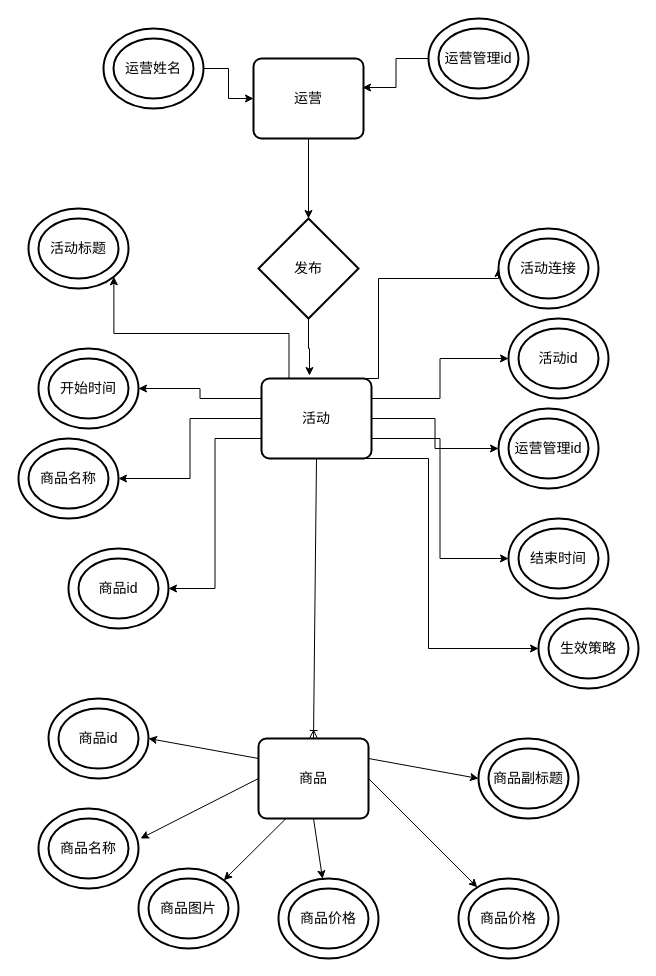
The draw.io diagram page "Ã§Â¬Â¬ 3 Ã©Â¡Âµ" (3 of 3) of 未命名表单.drawio in tangbaoabo/drad, before the edit. Source tidied: cells renumbered, new cells numbered last; positions are measured from the earlier drawing's top-left corner, leaving out a move shared by most shapes. Both pictures are drawn from the tidied source at 100%, with x=0, y=0 at pixel (18, 18).
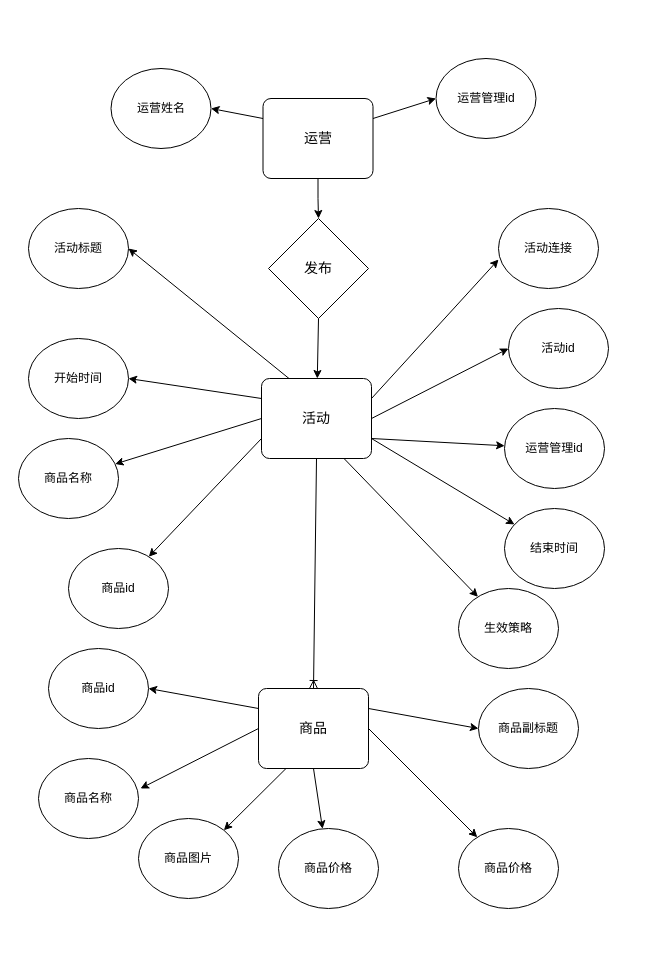
The same diagram, later.

Change to the diagram source:
```diff
@@
+    <mxCell id="43" style="rounded=0;jettySize=auto;html=1;exitX=1;exitY=0.25;exitDx=0;exitDy=0;entryX=0;entryY=0.5;entryDx=0;entryDy=0;" parent="1" edge="1" source="3" target="21">
+      <mxGeometry relative="1" as="geometry" />
+    </mxCell>
+    <mxCell id="44" style="edgeStyle=none;rounded=0;jettySize=auto;html=1;exitX=0;exitY=0.25;exitDx=0;exitDy=0;entryX=1;entryY=0.5;entryDx=0;entryDy=0;" parent="1" edge="1" source="3" target="23">
+      <mxGeometry relative="1" as="geometry" />
+    </mxCell>
-    <mxCell id="3" value="运营" style="strokeWidth=2;rounded=1;arcSize=10;whiteSpace=wrap;html=1;align=center;fontSize=14;" parent="1" vertex="1">
-      <mxGeometry x="235" y="40" width="110" height="80" as="geometry" />
+    <mxCell id="3" value="运营" style="strokeWidth=1;rounded=1;arcSize=10;whiteSpace=wrap;html=1;align=center;fontSize=14;" parent="1" vertex="1">
+      <mxGeometry x="244.5" y="80" width="110" height="80" as="geometry" />
     </mxCell>
+    <mxCell id="7" style="edgeStyle=none;rounded=0;jettySize=auto;html=1;exitX=0.25;exitY=0;exitDx=0;exitDy=0;entryX=1;entryY=0.5;entryDx=0;entryDy=0;" parent="1" edge="1" source="13" target="14">
+      <mxGeometry relative="1" as="geometry" />
+    </mxCell>
-    <mxCell id="4" style="edgeStyle=orthogonalEdgeStyle;rounded=0;jettySize=auto;html=1;exitX=0;exitY=0.25;exitDx=0;exitDy=0;" parent="1" edge="1" source="13" target="24">
+    <mxCell id="4" style="edgeStyle=none;rounded=0;jettySize=auto;html=1;exitX=0;exitY=0.25;exitDx=0;exitDy=0;entryX=1;entryY=0.5;entryDx=0;entryDy=0;" parent="1" edge="1" source="13" target="24">
       <mxGeometry relative="1" as="geometry" />
     </mxCell>
-    <mxCell id="5" style="edgeStyle=orthogonalEdgeStyle;rounded=0;jettySize=auto;html=1;exitX=0;exitY=0.5;exitDx=0;exitDy=0;entryX=1;entryY=0.5;entryDx=0;entryDy=0;" parent="1" edge="1" source="13" target="19">
+    <mxCell id="5" style="edgeStyle=none;rounded=0;jettySize=auto;html=1;exitX=0;exitY=0.5;exitDx=0;exitDy=0;" parent="1" edge="1" source="13" target="19">
       <mxGeometry relative="1" as="geometry" />
     </mxCell>
-    <mxCell id="6" style="edgeStyle=orthogonalEdgeStyle;rounded=0;jettySize=auto;html=1;exitX=0;exitY=0.75;exitDx=0;exitDy=0;entryX=1;entryY=0.5;entryDx=0;entryDy=0;" parent="1" edge="1" source="13" target="18">
+    <mxCell id="6" style="edgeStyle=none;rounded=0;jettySize=auto;html=1;exitX=0;exitY=0.75;exitDx=0;exitDy=0;" parent="1" edge="1" source="13" target="18">
       <mxGeometry relative="1" as="geometry" />
     </mxCell>
-    <mxCell id="7" style="edgeStyle=orthogonalEdgeStyle;rounded=0;jettySize=auto;html=1;exitX=0.25;exitY=0;exitDx=0;exitDy=0;entryX=1;entryY=1;entryDx=0;entryDy=0;" parent="1" edge="1" source="13" target="14">
-      <mxGeometry relative="1" as="geometry" />
-    </mxCell>
-    <mxCell id="8" style="edgeStyle=orthogonalEdgeStyle;rounded=0;jettySize=auto;html=1;exitX=0.75;exitY=0;exitDx=0;exitDy=0;entryX=0;entryY=0.5;entryDx=0;entryDy=0;" parent="1" edge="1" source="13" target="15">
-      <mxGeometry relative="1" as="geometry">
-        <Array as="points">
-          <mxPoint x="360" y="360" />
-          <mxPoint x="360" y="260" />
-          <mxPoint x="480" y="260" />
-        </Array>
-      </mxGeometry>
+    <mxCell id="8" style="edgeStyle=none;rounded=0;jettySize=auto;html=1;exitX=1;exitY=0.25;exitDx=0;exitDy=0;entryX=0;entryY=0.638;entryDx=0;entryDy=0;entryPerimeter=0;" parent="1" edge="1" source="13" target="15">
+      <mxGeometry relative="1" as="geometry" />
     </mxCell>
-    <mxCell id="9" style="edgeStyle=orthogonalEdgeStyle;rounded=0;jettySize=auto;html=1;exitX=1;exitY=0.25;exitDx=0;exitDy=0;entryX=0;entryY=0.5;entryDx=0;entryDy=0;" parent="1" edge="1" source="13" target="16">
+    <mxCell id="9" style="edgeStyle=none;rounded=0;jettySize=auto;html=1;exitX=1;exitY=0.5;exitDx=0;exitDy=0;entryX=0;entryY=0.5;entryDx=0;entryDy=0;" parent="1" edge="1" source="13" target="16">
       <mxGeometry relative="1" as="geometry" />
     </mxCell>
-    <mxCell id="10" style="edgeStyle=orthogonalEdgeStyle;rounded=0;jettySize=auto;html=1;exitX=1;exitY=0.5;exitDx=0;exitDy=0;" parent="1" edge="1" source="13" target="17">
+    <mxCell id="10" style="edgeStyle=none;rounded=0;jettySize=auto;html=1;exitX=1;exitY=0.75;exitDx=0;exitDy=0;" parent="1" edge="1" source="13" target="17">
       <mxGeometry relative="1" as="geometry" />
     </mxCell>
-    <mxCell id="11" style="edgeStyle=orthogonalEdgeStyle;rounded=0;jettySize=auto;html=1;exitX=1;exitY=0.75;exitDx=0;exitDy=0;entryX=0;entryY=0.5;entryDx=0;entryDy=0;" parent="1" edge="1" source="13" target="25">
+    <mxCell id="11" style="edgeStyle=none;rounded=0;jettySize=auto;html=1;exitX=1;exitY=0.75;exitDx=0;exitDy=0;" parent="1" edge="1" source="13" target="25">
       <mxGeometry relative="1" as="geometry" />
     </mxCell>
-    <mxCell id="12" style="edgeStyle=orthogonalEdgeStyle;rounded=0;jettySize=auto;html=1;exitX=0.75;exitY=1;exitDx=0;exitDy=0;entryX=0;entryY=0.5;entryDx=0;entryDy=0;" parent="1" edge="1" source="13" target="40">
-      <mxGeometry relative="1" as="geometry">
-        <Array as="points">
-          <mxPoint x="410" y="440" />
-          <mxPoint x="410" y="630" />
-        </Array>
-      </mxGeometry>
+    <mxCell id="12" style="edgeStyle=none;rounded=0;jettySize=auto;html=1;exitX=0.75;exitY=1;exitDx=0;exitDy=0;" parent="1" edge="1" source="13" target="40">
+      <mxGeometry relative="1" as="geometry" />
     </mxCell>
-    <mxCell id="13" value="活动" style="strokeWidth=2;rounded=1;arcSize=10;whiteSpace=wrap;html=1;align=center;fontSize=14;" parent="1" vertex="1">
+    <mxCell id="13" value="活动" style="strokeWidth=1;rounded=1;arcSize=10;whiteSpace=wrap;html=1;align=center;fontSize=14;" parent="1" vertex="1">
       <mxGeometry x="243" y="360" width="110" height="80" as="geometry" />
     </mxCell>
-    <mxCell id="14" value="活动标题" style="ellipse;shape=doubleEllipse;margin=10;strokeWidth=2;fontSize=14;whiteSpace=wrap;html=1;align=center;" parent="1" vertex="1">
+    <mxCell id="14" value="活动标题" style="ellipse;whiteSpace=wrap;html=1;" parent="1" vertex="1">
       <mxGeometry x="10" y="190" width="100" height="80" as="geometry" />
     </mxCell>
-    <mxCell id="15" value="活动连接" style="ellipse;shape=doubleEllipse;margin=10;strokeWidth=2;fontSize=14;whiteSpace=wrap;html=1;align=center;" parent="1" vertex="1">
-      <mxGeometry x="480" y="210" width="100" height="80" as="geometry" />
+    <mxCell id="15" value="活动连接" style="ellipse;whiteSpace=wrap;html=1;" parent="1" vertex="1">
+      <mxGeometry x="480" y="190" width="100" height="80" as="geometry" />
     </mxCell>
-    <mxCell id="16" value="活动id" style="ellipse;shape=doubleEllipse;margin=10;strokeWidth=2;fontSize=14;whiteSpace=wrap;html=1;align=center;" parent="1" vertex="1">
-      <mxGeometry x="490" y="300" width="100" height="80" as="geometry" />
+    <mxCell id="16" value="活动id" style="ellipse;whiteSpace=wrap;html=1;" parent="1" vertex="1">
+      <mxGeometry x="490" y="290" width="100" height="80" as="geometry" />
     </mxCell>
-    <mxCell id="17" value="运营管理id" style="ellipse;shape=doubleEllipse;margin=10;strokeWidth=2;fontSize=14;whiteSpace=wrap;html=1;align=center;" parent="1" vertex="1">
-      <mxGeometry x="480" y="390" width="100" height="80" as="geometry" />
+    <mxCell id="17" value="运营管理id" style="ellipse;whiteSpace=wrap;html=1;" parent="1" vertex="1">
+      <mxGeometry x="486" y="390" width="100" height="80" as="geometry" />
     </mxCell>
-    <mxCell id="18" value="商品id" style="ellipse;shape=doubleEllipse;margin=10;strokeWidth=2;fontSize=14;whiteSpace=wrap;html=1;align=center;" parent="1" vertex="1">
+    <mxCell id="18" value="商品id" style="ellipse;whiteSpace=wrap;html=1;" parent="1" vertex="1">
       <mxGeometry x="50" y="530" width="100" height="80" as="geometry" />
     </mxCell>
-    <mxCell id="19" value="商品名称" style="ellipse;shape=doubleEllipse;margin=10;strokeWidth=2;fontSize=14;whiteSpace=wrap;html=1;align=center;" parent="1" vertex="1">
+    <mxCell id="19" value="商品名称" style="ellipse;whiteSpace=wrap;html=1;" parent="1" vertex="1">
       <mxGeometry y="420" width="100" height="80" as="geometry" />
     </mxCell>
-    <mxCell id="20" style="edgeStyle=orthogonalEdgeStyle;rounded=0;jettySize=auto;html=1;exitX=0;exitY=0.5;exitDx=0;exitDy=0;entryX=0.991;entryY=0.363;entryDx=0;entryDy=0;entryPerimeter=0;" parent="1" edge="1" source="21" target="3">
-      <mxGeometry relative="1" as="geometry" />
-    </mxCell>
-    <mxCell id="21" value="运营管理id" style="ellipse;shape=doubleEllipse;margin=10;strokeWidth=2;fontSize=14;whiteSpace=wrap;html=1;align=center;" parent="1" vertex="1">
-      <mxGeometry x="410" width="100" height="80" as="geometry" />
+    <mxCell id="21" value="运营管理id" style="ellipse;whiteSpace=wrap;html=1;" parent="1" vertex="1">
+      <mxGeometry x="417.5" y="40" width="100" height="80" as="geometry" />
     </mxCell>
-    <mxCell id="22" style="edgeStyle=orthogonalEdgeStyle;rounded=0;jettySize=auto;html=1;exitX=1;exitY=0.5;exitDx=0;exitDy=0;entryX=0;entryY=0.5;entryDx=0;entryDy=0;" parent="1" edge="1" source="23" target="3">
-      <mxGeometry relative="1" as="geometry" />
-    </mxCell>
-    <mxCell id="23" value="运营姓名" style="ellipse;shape=doubleEllipse;margin=10;strokeWidth=2;fontSize=14;whiteSpace=wrap;html=1;align=center;" parent="1" vertex="1">
-      <mxGeometry x="85" y="10" width="100" height="80" as="geometry" />
+    <mxCell id="23" value="运营姓名" style="ellipse;whiteSpace=wrap;html=1;" parent="1" vertex="1">
+      <mxGeometry x="92.5" y="50" width="100" height="80" as="geometry" />
     </mxCell>
-    <mxCell id="24" value="开始时间" style="ellipse;shape=doubleEllipse;margin=10;strokeWidth=2;fontSize=14;whiteSpace=wrap;html=1;align=center;" parent="1" vertex="1">
-      <mxGeometry x="20" y="330" width="100" height="80" as="geometry" />
+    <mxCell id="24" value="开始时间" style="ellipse;whiteSpace=wrap;html=1;" parent="1" vertex="1">
+      <mxGeometry x="10" y="320" width="100" height="80" as="geometry" />
     </mxCell>
-    <mxCell id="25" value="结束时间" style="ellipse;shape=doubleEllipse;margin=10;strokeWidth=2;fontSize=14;whiteSpace=wrap;html=1;align=center;" parent="1" vertex="1">
-      <mxGeometry x="490" y="500" width="100" height="80" as="geometry" />
+    <mxCell id="25" value="结束时间" style="ellipse;whiteSpace=wrap;html=1;" parent="1" vertex="1">
+      <mxGeometry x="486" y="490" width="100" height="80" as="geometry" />
     </mxCell>
-    <mxCell id="26" style="edgeStyle=orthogonalEdgeStyle;rounded=0;jettySize=auto;html=1;exitX=0.5;exitY=1;exitDx=0;exitDy=0;entryX=0.436;entryY=-0.037;entryDx=0;entryDy=0;entryPerimeter=0;" parent="1" edge="1" source="27" target="13">
+    <mxCell id="26" style="edgeStyle=none;rounded=0;jettySize=auto;html=1;exitX=0.5;exitY=1;exitDx=0;exitDy=0;" parent="1" edge="1" source="27" target="13">
       <mxGeometry relative="1" as="geometry" />
     </mxCell>
-    <mxCell id="27" value="发布" style="shape=rhombus;strokeWidth=2;fontSize=17;perimeter=rhombusPerimeter;whiteSpace=wrap;html=1;align=center;fontSize=14;" parent="1" vertex="1">
-      <mxGeometry x="240" y="200" width="100" height="100" as="geometry" />
+    <mxCell id="27" value="发布" style="shape=rhombus;strokeWidth=1;fontSize=17;perimeter=rhombusPerimeter;whiteSpace=wrap;html=1;align=center;fontSize=14;" parent="1" vertex="1">
+      <mxGeometry x="250" y="200" width="100" height="100" as="geometry" />
     </mxCell>
@@
-    <mxCell id="34" value="商品" style="strokeWidth=2;rounded=1;arcSize=10;whiteSpace=wrap;html=1;align=center;fontSize=14;" parent="1" vertex="1">
-      <mxGeometry x="240" y="720" width="110" height="80" as="geometry" />
+    <mxCell id="34" value="商品" style="strokeWidth=1;rounded=1;arcSize=10;whiteSpace=wrap;html=1;align=center;fontSize=14;" parent="1" vertex="1">
+      <mxGeometry x="240" y="670" width="110" height="80" as="geometry" />
     </mxCell>
-    <mxCell id="35" value="商品id" style="ellipse;shape=doubleEllipse;margin=10;strokeWidth=2;fontSize=14;whiteSpace=wrap;html=1;align=center;" parent="1" vertex="1">
-      <mxGeometry x="30" y="680" width="100" height="80" as="geometry" />
+    <mxCell id="35" value="商品id" style="ellipse;whiteSpace=wrap;html=1;" parent="1" vertex="1">
+      <mxGeometry x="30" y="630" width="100" height="80" as="geometry" />
     </mxCell>
-    <mxCell id="36" value="商品名称" style="ellipse;shape=doubleEllipse;margin=10;strokeWidth=2;fontSize=14;whiteSpace=wrap;html=1;align=center;" parent="1" vertex="1">
-      <mxGeometry x="20" y="790" width="100" height="80" as="geometry" />
+    <mxCell id="36" value="商品名称" style="ellipse;whiteSpace=wrap;html=1;" parent="1" vertex="1">
+      <mxGeometry x="20" y="740" width="100" height="80" as="geometry" />
     </mxCell>
-    <mxCell id="37" value="商品图片" style="ellipse;shape=doubleEllipse;margin=10;strokeWidth=2;fontSize=14;whiteSpace=wrap;html=1;align=center;" parent="1" vertex="1">
-      <mxGeometry x="120" y="850" width="100" height="80" as="geometry" />
+    <mxCell id="37" value="商品图片" style="ellipse;whiteSpace=wrap;html=1;" parent="1" vertex="1">
+      <mxGeometry x="120" y="800" width="100" height="80" as="geometry" />
     </mxCell>
-    <mxCell id="38" value="商品价格" style="ellipse;shape=doubleEllipse;margin=10;strokeWidth=2;fontSize=14;whiteSpace=wrap;html=1;align=center;" parent="1" vertex="1">
-      <mxGeometry x="260" y="860" width="100" height="80" as="geometry" />
+    <mxCell id="38" value="商品价格" style="ellipse;whiteSpace=wrap;html=1;" parent="1" vertex="1">
+      <mxGeometry x="260" y="810" width="100" height="80" as="geometry" />
     </mxCell>
-    <mxCell id="39" value="商品价格" style="ellipse;shape=doubleEllipse;margin=10;strokeWidth=2;fontSize=14;whiteSpace=wrap;html=1;align=center;" parent="1" vertex="1">
-      <mxGeometry x="440" y="860" width="100" height="80" as="geometry" />
+    <mxCell id="39" value="商品价格" style="ellipse;whiteSpace=wrap;html=1;" parent="1" vertex="1">
+      <mxGeometry x="440" y="810" width="100" height="80" as="geometry" />
     </mxCell>
-    <mxCell id="40" value="生效策略" style="ellipse;shape=doubleEllipse;margin=10;strokeWidth=2;fontSize=14;whiteSpace=wrap;html=1;align=center;" parent="1" vertex="1">
-      <mxGeometry x="520" y="590" width="100" height="80" as="geometry" />
+    <mxCell id="40" value="生效策略" style="ellipse;whiteSpace=wrap;html=1;" parent="1" vertex="1">
+      <mxGeometry x="440" y="570" width="100" height="80" as="geometry" />
     </mxCell>
@@
-    <mxCell id="42" value="商品副标题" style="ellipse;shape=doubleEllipse;margin=10;strokeWidth=2;fontSize=14;whiteSpace=wrap;html=1;align=center;" parent="1" vertex="1">
-      <mxGeometry x="460" y="720" width="100" height="80" as="geometry" />
+    <mxCell id="42" value="商品副标题" style="ellipse;whiteSpace=wrap;html=1;" parent="1" vertex="1">
+      <mxGeometry x="460" y="670" width="100" height="80" as="geometry" />
     </mxCell>
```
